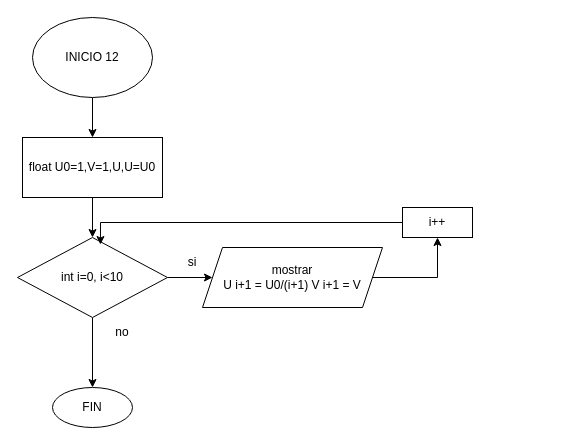
Before: practico 2/ej12.drawio in josue-balbontin/diagrama-de-flujo, a draw.io diagram. Source tidied: cells renumbered, new cells numbered last; positions are measured from the earlier drawing's top-left corner, leaving out a move shared by most shapes. Both pictures are drawn from the tidied source at 100%, with x=0, y=0 at pixel (17, 17).
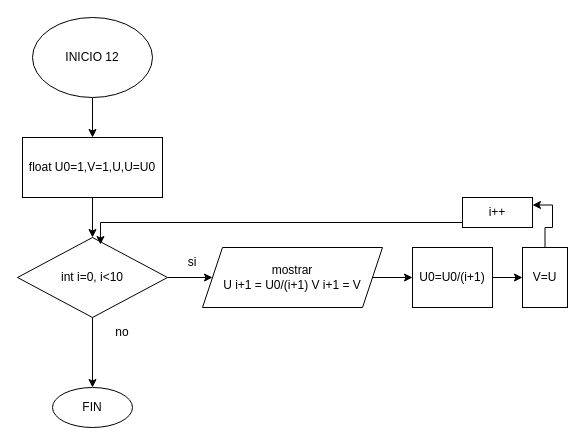
Above is the later version.

The change refers to these unchanged cells:
```xml
<mxCell id="10" value="&lt;div&gt;mostrar&lt;/div&gt;U i+1 = U0/(i+1) V i+1 = V" style="shape=parallelogram;perimeter=parallelogramPerimeter;whiteSpace=wrap;html=1;fixedSize=1;" parent="1" vertex="1">
  <mxGeometry x="185" y="230" width="180" height="60" as="geometry" />
</mxCell>
```

Change to the diagram source:
```diff
@@
-    <mxCell id="9" style="edgeStyle=orthogonalEdgeStyle;rounded=0;jettySize=auto;html=1;entryX=0.5;entryY=1;entryDx=0;entryDy=0;" parent="1" edge="1" source="10" target="14">
-      <mxGeometry relative="1" as="geometry" />
-    </mxCell>
+    <mxCell id="16" style="edgeStyle=orthogonalEdgeStyle;rounded=0;jettySize=auto;html=1;" parent="1" edge="1" source="10" target="18">
+      <mxGeometry relative="1" as="geometry" />
+    </mxCell>
@@
     <mxCell id="14" value="i++" style="rounded=0;whiteSpace=wrap;html=1;" parent="1" vertex="1">
-      <mxGeometry x="385" y="190" width="70" height="30" as="geometry" />
+      <mxGeometry x="445" y="180" width="70" height="30" as="geometry" />
     </mxCell>
@@
+    <mxCell id="17" style="edgeStyle=orthogonalEdgeStyle;rounded=0;jettySize=auto;html=1;" parent="1" edge="1" source="18" target="20">
+      <mxGeometry relative="1" as="geometry" />
+    </mxCell>
+    <mxCell id="18" value="U0=U0/(i+1)" style="whiteSpace=wrap;html=1;" parent="1" vertex="1">
+      <mxGeometry x="395" y="230" width="80" height="60" as="geometry" />
+    </mxCell>
+    <mxCell id="19" style="edgeStyle=orthogonalEdgeStyle;rounded=0;jettySize=auto;html=1;entryX=1;entryY=0.25;entryDx=0;entryDy=0;" parent="1" edge="1" source="20" target="14">
+      <mxGeometry relative="1" as="geometry" />
+    </mxCell>
+    <mxCell id="20" value="V=U" style="whiteSpace=wrap;html=1;" parent="1" vertex="1">
+      <mxGeometry x="505" y="230" width="45" height="60" as="geometry" />
+    </mxCell>
```
